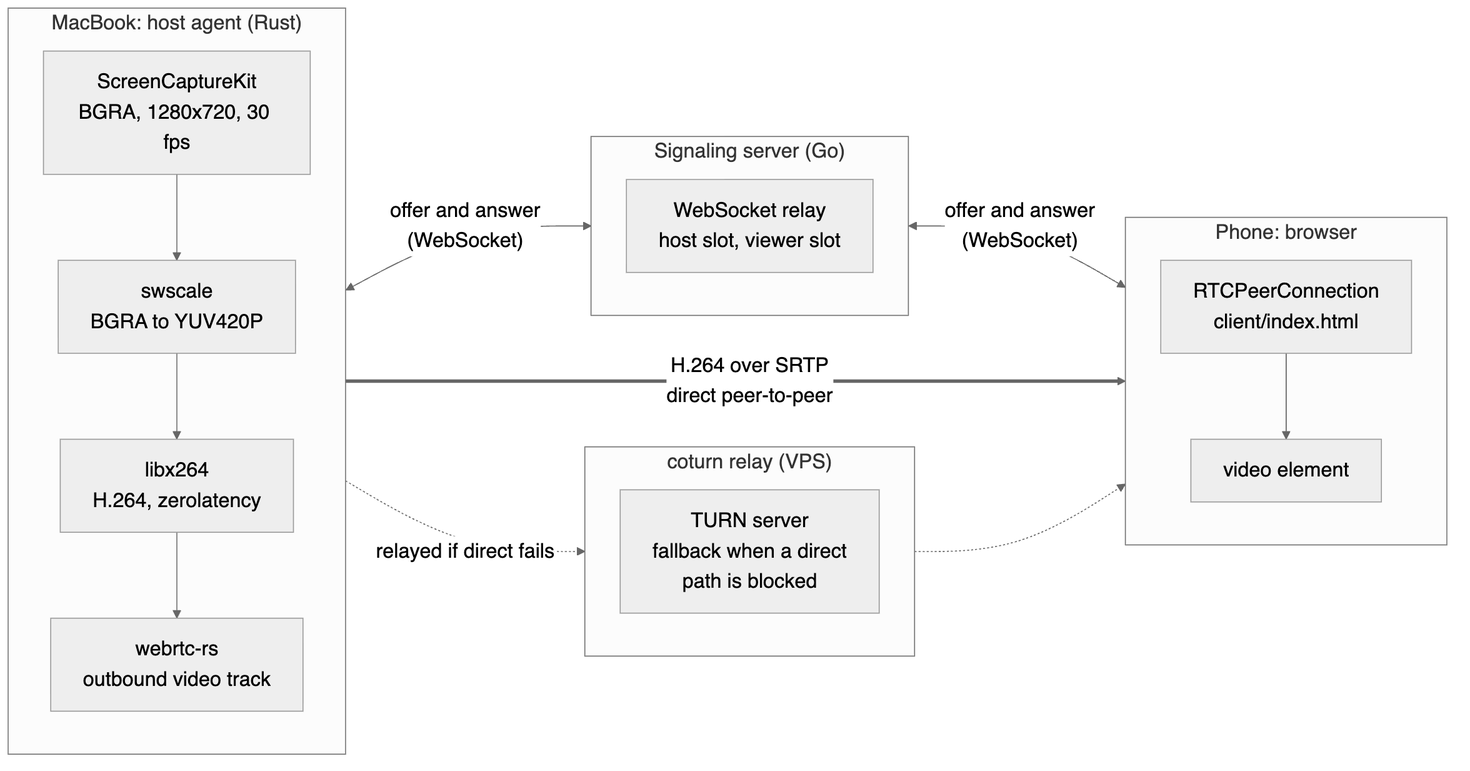
The Mermaid diagram docs/diagrams/architecture.png in AbhishekS-06/RemoteBridge, before a commit. Its source is kept beside it as docs/diagrams/architecture.mmd.
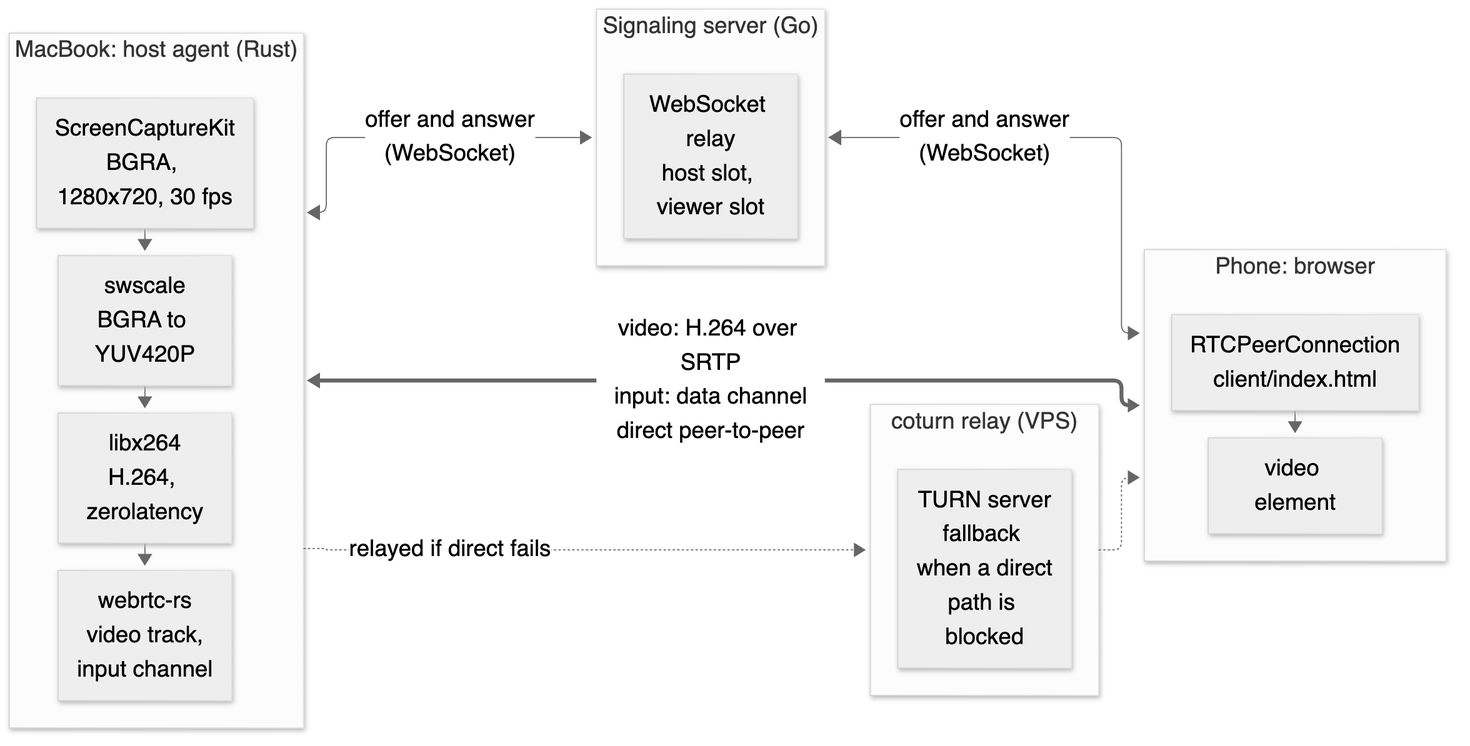
Above is the later version.

Commit message:
added input data chanel and capped viewer ice gathering at 3, also updated readme (#2)

The edit, as a diff of the source:
```diff
@@ -4,7 +4,7 @@
         CAP["ScreenCaptureKit<br/>BGRA, 1280x720, 30 fps"]
         SCALE["swscale<br/>BGRA to YUV420P"]
         ENC["libx264<br/>H.264, zerolatency"]
-        TRACK["webrtc-rs<br/>outbound video track"]
+        TRACK["webrtc-rs<br/>video track,<br/>input channel"]
         CAP --> SCALE --> ENC --> TRACK
     end
 
@@ -27,6 +27,6 @@
 
     Mac <-->|"offer and answer<br/>(WebSocket)"| Server
     Server <-->|"offer and answer<br/>(WebSocket)"| Phone
-    Mac ==>|"H.264 over SRTP<br/>direct peer-to-peer"| Phone
+    Mac <==>|"video: H.264 over SRTP<br/>input: data channel<br/>direct peer-to-peer"| Phone
     Mac -.->|"relayed if direct fails"| Relay
     Relay -.-> Phone
```
